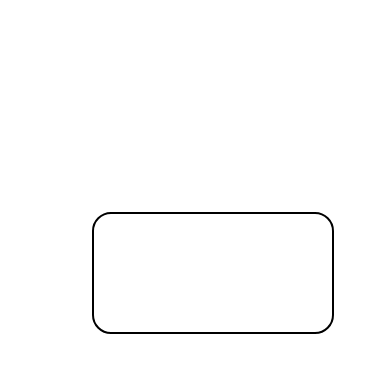
This is Images/未命名绘图.drawio from fangshigithub/Draw, a draw.io file, before an edit. Source tidied: cells renumbered, new cells numbered last; positions are measured from the earlier drawing's top-left corner, leaving out a move shared by most shapes. Both pictures are drawn from the tidied source at 200%, with x=0, y=0 at pixel (92, 212).
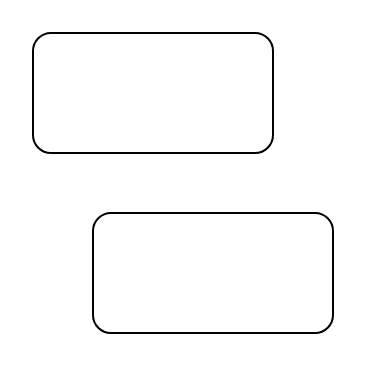
The same page after the edit.

What changed in the source:
```diff
@@
 <mxGraphModel>
   <root>
     <mxCell id="0" />
     <mxCell id="1" parent="0" />
     <mxCell id="2" style="rounded=1;whiteSpace=wrap;html=1;" parent="1" vertex="1">
       <mxGeometry width="120" height="60" as="geometry" />
     </mxCell>
+    <mxCell id="3" style="rounded=1;whiteSpace=wrap;html=1;" parent="1" vertex="1">
+      <mxGeometry x="-30" y="-90" width="120" height="60" as="geometry" />
+    </mxCell>
   </root>
 </mxGraphModel>
```
